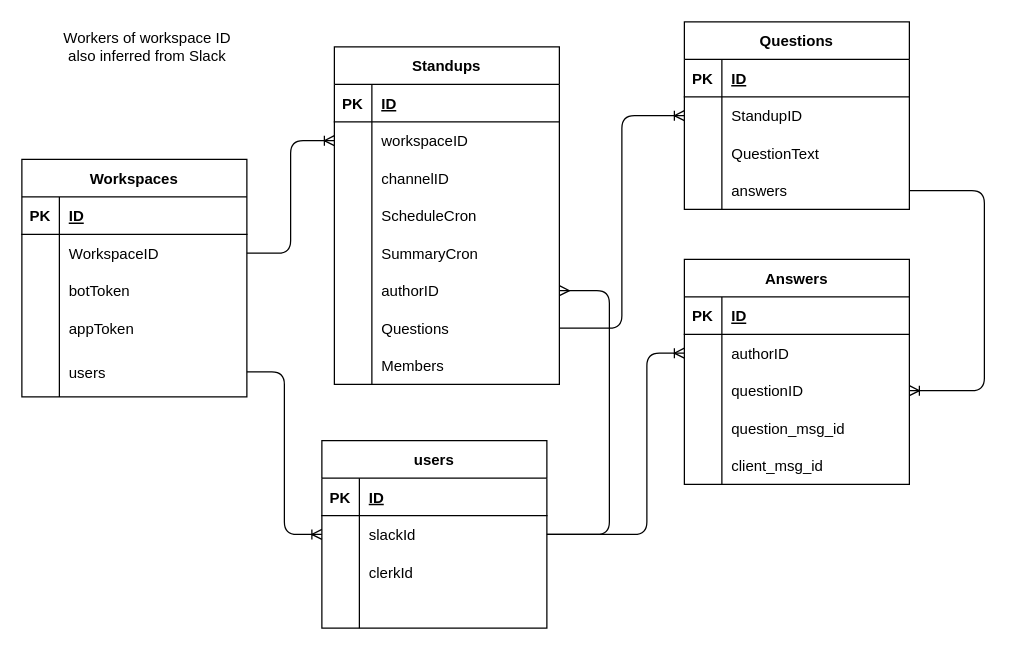
Earlier version of the draw.io diagram packages/orm/orm.drawio (ThibaultJanBeyer/standup-bot). Source tidied: cells renumbered, new cells numbered last; positions are measured from the earlier drawing's top-left corner, leaving out a move shared by most shapes. Both pictures are drawn from the tidied source at 125%, with x=0, y=0 at pixel (21, 21).
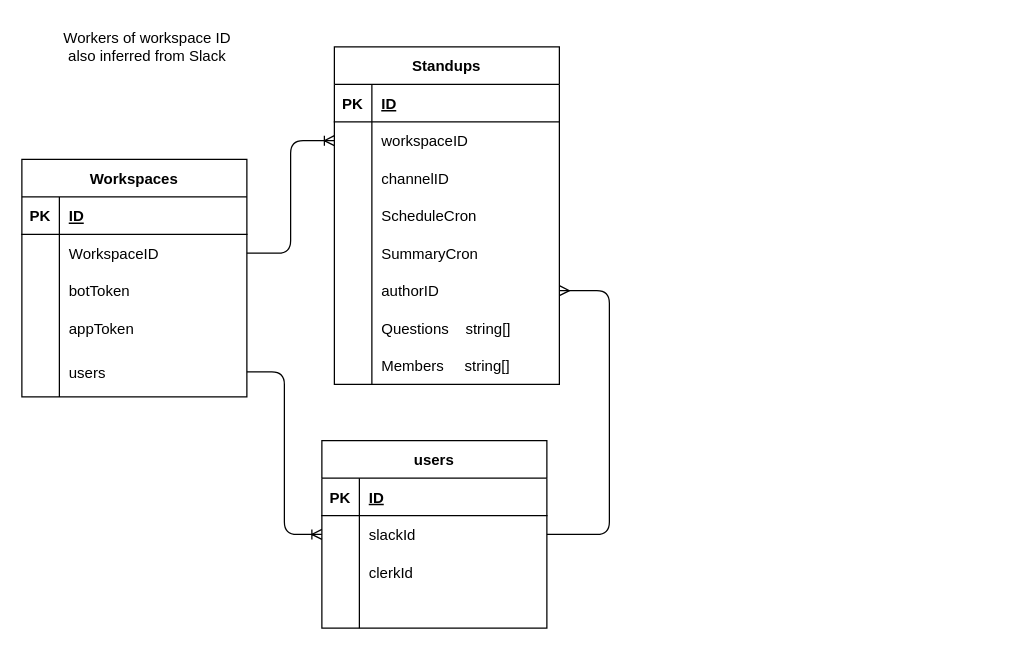
The same diagram, later.

Unchanged cells that the change refers to:
```xml
<mxCell id="38" style="shape=tableRow;horizontal=0;startSize=0;swimlaneHead=0;swimlaneBody=0;fillColor=none;points=[[0,0.5],[1,0.5]];portConstraint=eastwest;top=0;left=0;right=0;bottom=0;" parent="34" vertex="1">
  <mxGeometry y="60" width="180" height="30" as="geometry" />
</mxCell>
<mxCell id="86" style="shape=tableRow;horizontal=0;startSize=0;swimlaneHead=0;swimlaneBody=0;fillColor=none;points=[[0,0.5],[1,0.5]];portConstraint=eastwest;top=0;left=0;right=0;bottom=0;" parent="67" vertex="1">
  <mxGeometry y="210" width="180" height="30" as="geometry" />
</mxCell>
<mxCell id="89" style="shape=tableRow;horizontal=0;startSize=0;swimlaneHead=0;swimlaneBody=0;fillColor=none;top=0;left=0;right=0;bottom=0;" parent="67" vertex="1">
  <mxGeometry y="240" width="180" height="30" as="geometry" />
</mxCell>
```

Diff of the diagram source:
```diff
@@
-    <mxCell id="2" value="Questions" style="shape=table;startSize=30;childLayout=tableLayout;rowLines=0;fontStyle=1;align=center;" parent="1" vertex="1">
-      <mxGeometry x="530" width="180" height="150" as="geometry" />
-    </mxCell>
-    <mxCell id="3" style="shape=tableRow;horizontal=0;startSize=0;swimlaneHead=0;swimlaneBody=0;fillColor=none;top=0;left=0;right=0;bottom=1;" parent="2" vertex="1">
-      <mxGeometry y="30" width="180" height="30" as="geometry" />
-    </mxCell>
-    <mxCell id="4" value="PK" style="shape=partialRectangle;fillColor=none;top=0;left=0;bottom=0;right=0;fontStyle=1;overflow=hidden;" parent="3" vertex="1">
-      <mxGeometry width="30" height="30" as="geometry" />
-    </mxCell>
-    <mxCell id="5" value="ID" style="shape=partialRectangle;fillColor=none;top=0;left=0;bottom=0;right=0;align=left;spacingLeft=6;fontStyle=5;overflow=hidden;" parent="3" vertex="1">
-      <mxGeometry x="30" width="150" height="30" as="geometry" />
-    </mxCell>
-    <mxCell id="6" style="shape=tableRow;horizontal=0;startSize=0;swimlaneHead=0;swimlaneBody=0;fillColor=none;points=[[0,0.5],[1,0.5]];portConstraint=eastwest;top=0;left=0;right=0;bottom=0;" parent="2" vertex="1">
-      <mxGeometry y="60" width="180" height="30" as="geometry" />
-    </mxCell>
-    <mxCell id="7" style="shape=partialRectangle;fillColor=none;top=0;left=0;bottom=0;right=0;overflow=hidden;" parent="6" vertex="1">
-      <mxGeometry width="30" height="30" as="geometry" />
-    </mxCell>
-    <mxCell id="8" value="StandupID" style="shape=partialRectangle;fillColor=none;top=0;left=0;bottom=0;right=0;align=left;spacingLeft=6;overflow=hidden;" parent="6" vertex="1">
-      <mxGeometry x="30" width="150" height="30" as="geometry" />
-    </mxCell>
-    <mxCell id="9" style="shape=tableRow;horizontal=0;startSize=0;swimlaneHead=0;swimlaneBody=0;fillColor=none;top=0;left=0;right=0;bottom=0;" parent="2" vertex="1">
-      <mxGeometry y="90" width="180" height="30" as="geometry" />
-    </mxCell>
-    <mxCell id="10" style="shape=partialRectangle;fillColor=none;top=0;left=0;bottom=0;right=0;overflow=hidden;" parent="9" vertex="1">
-      <mxGeometry width="30" height="30" as="geometry" />
-    </mxCell>
-    <mxCell id="11" value="QuestionText" style="shape=partialRectangle;fillColor=none;top=0;left=0;bottom=0;right=0;align=left;spacingLeft=6;overflow=hidden;" parent="9" vertex="1">
-      <mxGeometry x="30" width="150" height="30" as="geometry" />
-    </mxCell>
-    <mxCell id="12" style="shape=tableRow;horizontal=0;startSize=0;swimlaneHead=0;swimlaneBody=0;fillColor=none;points=[[0,0.5],[1,0.5]];portConstraint=eastwest;top=0;left=0;right=0;bottom=0;" parent="2" vertex="1">
-      <mxGeometry y="120" width="180" height="30" as="geometry" />
-    </mxCell>
-    <mxCell id="13" style="shape=partialRectangle;fillColor=none;top=0;left=0;bottom=0;right=0;overflow=hidden;" parent="12" vertex="1">
-      <mxGeometry width="30" height="30" as="geometry" />
-    </mxCell>
-    <mxCell id="14" value="answers" style="shape=partialRectangle;fillColor=none;top=0;left=0;bottom=0;right=0;align=left;spacingLeft=6;overflow=hidden;" parent="12" vertex="1">
-      <mxGeometry x="30" width="150" height="30" as="geometry" />
-    </mxCell>
-    <mxCell id="15" style="edgeStyle=orthogonalEdgeStyle;html=1;exitX=0;exitY=0.5;exitDx=0;exitDy=0;entryX=1;entryY=0.5;entryDx=0;entryDy=0;endArrow=none;endFill=0;startArrow=ERoneToMany;startFill=0;" parent="1" edge="1" source="6" target="86">
-      <mxGeometry relative="1" as="geometry" />
-    </mxCell>
@@
-    <mxCell id="49" value="Answers" style="shape=table;startSize=30;childLayout=tableLayout;rowLines=0;fontStyle=1;align=center;" parent="1" vertex="1">
-      <mxGeometry x="530" y="190" width="180" height="180" as="geometry" />
-    </mxCell>
-    <mxCell id="50" style="shape=tableRow;horizontal=0;startSize=0;swimlaneHead=0;swimlaneBody=0;fillColor=none;top=0;left=0;right=0;bottom=1;" parent="49" vertex="1">
-      <mxGeometry y="30" width="180" height="30" as="geometry" />
-    </mxCell>
-    <mxCell id="51" value="PK" style="shape=partialRectangle;fillColor=none;top=0;left=0;bottom=0;right=0;fontStyle=1;overflow=hidden;" parent="50" vertex="1">
-      <mxGeometry width="30" height="30" as="geometry" />
-    </mxCell>
-    <mxCell id="52" value="ID" style="shape=partialRectangle;fillColor=none;top=0;left=0;bottom=0;right=0;align=left;spacingLeft=6;fontStyle=5;overflow=hidden;" parent="50" vertex="1">
-      <mxGeometry x="30" width="150" height="30" as="geometry" />
-    </mxCell>
-    <mxCell id="53" style="shape=tableRow;horizontal=0;startSize=0;swimlaneHead=0;swimlaneBody=0;fillColor=none;points=[[0,0.5],[1,0.5]];portConstraint=eastwest;top=0;left=0;right=0;bottom=0;" parent="49" vertex="1">
-      <mxGeometry y="60" width="180" height="30" as="geometry" />
-    </mxCell>
-    <mxCell id="54" style="shape=partialRectangle;fillColor=none;top=0;left=0;bottom=0;right=0;overflow=hidden;" parent="53" vertex="1">
-      <mxGeometry width="30" height="30" as="geometry" />
-    </mxCell>
-    <mxCell id="55" value="authorID" style="shape=partialRectangle;fillColor=none;top=0;left=0;bottom=0;right=0;align=left;spacingLeft=6;overflow=hidden;" parent="53" vertex="1">
-      <mxGeometry x="30" width="150" height="30" as="geometry" />
-    </mxCell>
-    <mxCell id="56" style="shape=tableRow;horizontal=0;startSize=0;swimlaneHead=0;swimlaneBody=0;fillColor=none;points=[[0,0.5],[1,0.5]];portConstraint=eastwest;top=0;left=0;right=0;bottom=0;" parent="49" vertex="1">
-      <mxGeometry y="90" width="180" height="30" as="geometry" />
-    </mxCell>
-    <mxCell id="57" style="shape=partialRectangle;fillColor=none;top=0;left=0;bottom=0;right=0;overflow=hidden;" parent="56" vertex="1">
-      <mxGeometry width="30" height="30" as="geometry" />
-    </mxCell>
-    <mxCell id="58" value="questionID" style="shape=partialRectangle;fillColor=none;top=0;left=0;bottom=0;right=0;align=left;spacingLeft=6;overflow=hidden;" parent="56" vertex="1">
-      <mxGeometry x="30" width="150" height="30" as="geometry" />
-    </mxCell>
-    <mxCell id="59" style="shape=tableRow;horizontal=0;startSize=0;swimlaneHead=0;swimlaneBody=0;fillColor=none;top=0;left=0;right=0;bottom=0;" parent="49" vertex="1">
-      <mxGeometry y="120" width="180" height="30" as="geometry" />
-    </mxCell>
-    <mxCell id="60" style="shape=partialRectangle;fillColor=none;top=0;left=0;bottom=0;right=0;overflow=hidden;" parent="59" vertex="1">
-      <mxGeometry width="30" height="30" as="geometry" />
-    </mxCell>
-    <mxCell id="61" value="question_msg_id" style="shape=partialRectangle;fillColor=none;top=0;left=0;bottom=0;right=0;align=left;spacingLeft=6;overflow=hidden;" parent="59" vertex="1">
-      <mxGeometry x="30" width="150" height="30" as="geometry" />
-    </mxCell>
-    <mxCell id="62" style="shape=tableRow;horizontal=0;startSize=0;swimlaneHead=0;swimlaneBody=0;fillColor=none;top=0;left=0;right=0;bottom=0;" parent="49" vertex="1">
-      <mxGeometry y="150" width="180" height="30" as="geometry" />
-    </mxCell>
-    <mxCell id="63" style="shape=partialRectangle;fillColor=none;top=0;left=0;bottom=0;right=0;overflow=hidden;" parent="62" vertex="1">
-      <mxGeometry width="30" height="30" as="geometry" />
-    </mxCell>
-    <mxCell id="64" value="client_msg_id" style="shape=partialRectangle;fillColor=none;top=0;left=0;bottom=0;right=0;align=left;spacingLeft=6;overflow=hidden;" parent="62" vertex="1">
-      <mxGeometry x="30" width="150" height="30" as="geometry" />
-    </mxCell>
-    <mxCell id="65" style="edgeStyle=orthogonalEdgeStyle;html=1;exitX=1;exitY=0.5;exitDx=0;exitDy=0;entryX=1;entryY=0.5;entryDx=0;entryDy=0;endArrow=none;endFill=0;startArrow=ERoneToMany;startFill=0;" parent="1" edge="1" source="56" target="12">
-      <mxGeometry relative="1" as="geometry">
-        <Array as="points">
-          <mxPoint x="770" y="295" />
-          <mxPoint x="770" y="135" />
-        </Array>
-      </mxGeometry>
-    </mxCell>
-    <mxCell id="66" style="edgeStyle=orthogonalEdgeStyle;html=1;exitX=1;exitY=0.5;exitDx=0;exitDy=0;entryX=0;entryY=0.5;entryDx=0;entryDy=0;endArrow=ERoneToMany;endFill=0;" parent="1" edge="1" source="38" target="53">
-      <mxGeometry relative="1" as="geometry">
-        <Array as="points">
-          <mxPoint x="500" y="410" />
-          <mxPoint x="500" y="265" />
-        </Array>
-      </mxGeometry>
-    </mxCell>
@@
-    <mxCell id="88" value="Questions" style="shape=partialRectangle;fillColor=none;top=0;left=0;bottom=0;right=0;align=left;spacingLeft=6;overflow=hidden;" parent="86" vertex="1">
+    <mxCell id="88" value="Questions    string[]" style="shape=partialRectangle;fillColor=none;top=0;left=0;bottom=0;right=0;align=left;spacingLeft=6;overflow=hidden;" parent="86" vertex="1">
       <mxGeometry x="30" width="150" height="30" as="geometry" />
     </mxCell>
@@
-    <mxCell id="91" value="Members" style="shape=partialRectangle;fillColor=none;top=0;left=0;bottom=0;right=0;align=left;spacingLeft=6;overflow=hidden;" parent="89" vertex="1">
+    <mxCell id="91" value="Members     string[]" style="shape=partialRectangle;fillColor=none;top=0;left=0;bottom=0;right=0;align=left;spacingLeft=6;overflow=hidden;" parent="89" vertex="1">
       <mxGeometry x="30" width="150" height="30" as="geometry" />
     </mxCell>
```
